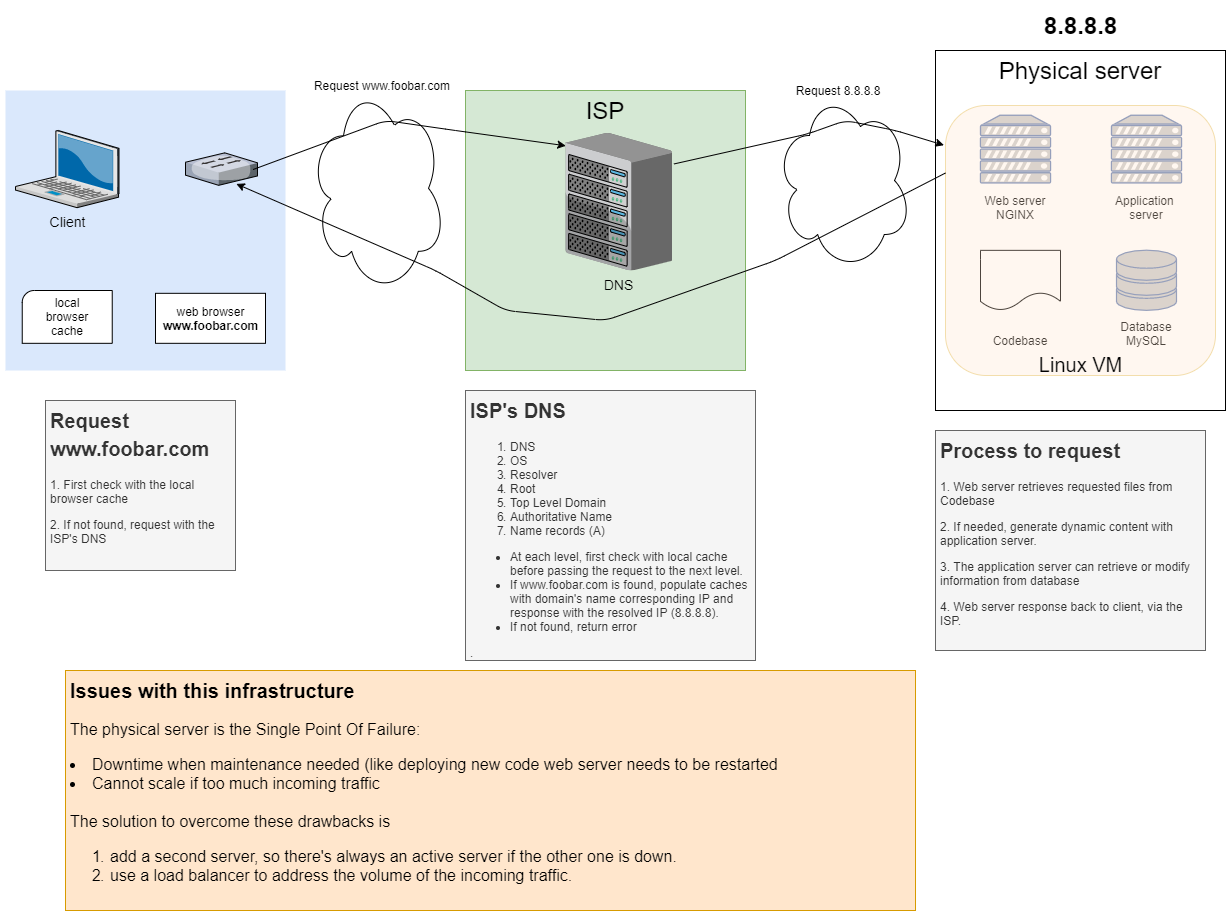
Above: 0x09-web_infrastructure_design/images/0-simple_web_stack.png in huy75/holberton-system_engineering-devops (draw.io), before the change. Source tidied: cells renumbered, new cells last; positions are measured from the earlier drawing's top-left corner, leaving out a move shared by most shapes.
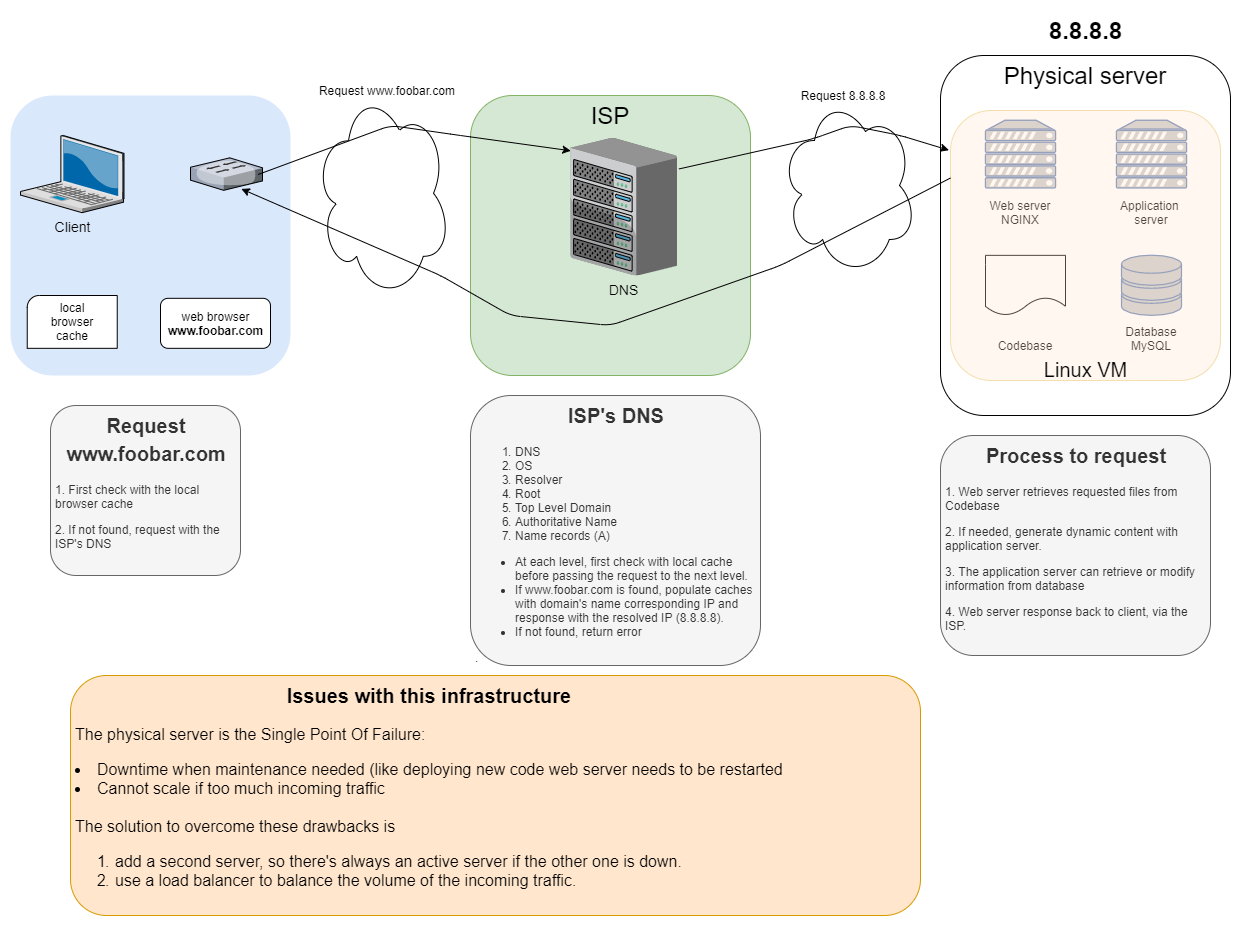
The same diagram one commit later.

What changed in the source:
```diff
@@ -2,7 +2,7 @@
   <root>
     <mxCell id="0" />
     <mxCell id="1" parent="0" />
-    <mxCell id="2" style="whiteSpace=wrap;html=1;fillColor=#dae8fc;fontSize=14;strokeColor=none;verticalAlign=top;" parent="1" vertex="1">
+    <mxCell id="2" style="whiteSpace=wrap;html=1;fillColor=#dae8fc;fontSize=14;strokeColor=none;verticalAlign=top;rounded=1;" parent="1" vertex="1">
       <mxGeometry y="85" width="280" height="280" as="geometry" />
     </mxCell>
     <mxCell id="3" value="Client" style="verticalLabelPosition=bottom;html=1;verticalAlign=top;strokeColor=none;shape=mxgraph.citrix.laptop_2;fillColor=#66B2FF;gradientColor=#0066CC;fontSize=14;" parent="1" vertex="1">
@@ -14,7 +14,7 @@
     <mxCell id="5" value="local browser cache" style="text;html=1;strokeColor=none;fillColor=none;align=center;verticalAlign=middle;whiteSpace=wrap;rounded=0;" parent="1" vertex="1">
       <mxGeometry x="26.7" y="286.4" width="70" height="50" as="geometry" />
     </mxCell>
-    <mxCell id="6" value="web browser&lt;br&gt;&lt;b&gt;www.foobar.com&lt;/b&gt;" style="html=1;" parent="1" vertex="1">
+    <mxCell id="6" value="web browser&lt;br&gt;&lt;b&gt;www.foobar.com&lt;/b&gt;" style="html=1;rounded=1;" parent="1" vertex="1">
       <mxGeometry x="150" y="287.8" width="110" height="50" as="geometry" />
     </mxCell>
     <mxCell id="7" style="verticalLabelPosition=bottom;html=1;verticalAlign=top;strokeColor=none;shape=mxgraph.citrix.switch;fillColor=#66B2FF;gradientColor=#0066CC;fontSize=14;" parent="1" vertex="1">
@@ -23,16 +23,16 @@
     <mxCell id="8" style="ellipse;shape=cloud;whiteSpace=wrap;html=1;" parent="1" vertex="1">
       <mxGeometry x="304" y="77.8" width="136" height="210" as="geometry" />
     </mxCell>
-    <mxCell id="9" value="&lt;font style=&quot;font-size: 24px&quot;&gt;ISP&lt;/font&gt;" style="whiteSpace=wrap;html=1;fillColor=#d5e8d4;fontSize=14;strokeColor=#82b366;verticalAlign=top;" parent="1" vertex="1">
+    <mxCell id="9" value="&lt;font style=&quot;font-size: 24px&quot;&gt;ISP&lt;/font&gt;" style="whiteSpace=wrap;html=1;fillColor=#d5e8d4;fontSize=14;strokeColor=#82b366;verticalAlign=top;rounded=1;" parent="1" vertex="1">
       <mxGeometry x="460" y="85" width="280" height="280" as="geometry" />
     </mxCell>
     <mxCell id="10" value="DNS" style="verticalLabelPosition=bottom;html=1;verticalAlign=top;strokeColor=none;shape=mxgraph.citrix.chassis;fillColor=#66B2FF;gradientColor=#0066CC;fontSize=14;" parent="1" vertex="1">
       <mxGeometry x="560" y="127.4" width="106.6" height="137.7" as="geometry" />
     </mxCell>
-    <mxCell id="11" value="&lt;h1&gt;&lt;font style=&quot;font-size: 20px&quot;&gt;Request www.foobar.com&lt;/font&gt;&lt;/h1&gt;&lt;p&gt;1. First check with the local browser cache&lt;/p&gt;&lt;p&gt;2. If not found, request with the ISP's DNS&lt;/p&gt;" style="text;html=1;strokeColor=#666666;fillColor=#f5f5f5;spacing=5;spacingTop=-20;whiteSpace=wrap;overflow=hidden;rounded=0;fontColor=#333333;" parent="1" vertex="1">
+    <mxCell id="11" value="&lt;h1 style=&quot;text-align: center&quot;&gt;&lt;font style=&quot;font-size: 20px&quot;&gt;Request www.foobar.com&lt;/font&gt;&lt;/h1&gt;&lt;p&gt;1. First check with the local browser cache&lt;/p&gt;&lt;p&gt;2. If not found, request with the ISP's DNS&lt;/p&gt;" style="text;html=1;strokeColor=#666666;fillColor=#f5f5f5;spacing=5;spacingTop=-20;whiteSpace=wrap;overflow=hidden;rounded=1;fontColor=#333333;" parent="1" vertex="1">
       <mxGeometry x="40" y="395" width="190" height="170" as="geometry" />
     </mxCell>
-    <mxCell id="12" value="&lt;h1&gt;&lt;font style=&quot;font-size: 20px&quot;&gt;ISP's DNS&lt;/font&gt;&lt;/h1&gt;&lt;ol&gt;&lt;li&gt;DNS&lt;/li&gt;&lt;li&gt;OS&lt;/li&gt;&lt;li&gt;Resolver&lt;/li&gt;&lt;li&gt;Root&lt;/li&gt;&lt;li&gt;Top Level Domain&lt;/li&gt;&lt;li&gt;Authoritative Name&lt;/li&gt;&lt;li&gt;Name records (A)&lt;/li&gt;&lt;/ol&gt;&lt;div&gt;&lt;ul&gt;&lt;li&gt;At each level, first check with local cache before passing the request to the next level.&lt;/li&gt;&lt;li&gt;If www.foobar.com is found, populate caches with domain's name corresponding IP and response with the resolved IP (8.8.8.8).&lt;/li&gt;&lt;li&gt;If not found, return error&lt;/li&gt;&lt;/ul&gt;&lt;/div&gt;&lt;p&gt;.&lt;/p&gt;" style="text;html=1;strokeColor=#666666;fillColor=#f5f5f5;spacing=5;spacingTop=-20;whiteSpace=wrap;overflow=hidden;rounded=0;fontColor=#333333;" parent="1" vertex="1">
+    <mxCell id="12" value="&lt;h1 style=&quot;text-align: center&quot;&gt;&lt;font style=&quot;font-size: 20px&quot;&gt;ISP's DNS&lt;/font&gt;&lt;/h1&gt;&lt;ol&gt;&lt;li&gt;DNS&lt;/li&gt;&lt;li&gt;OS&lt;/li&gt;&lt;li&gt;Resolver&lt;/li&gt;&lt;li&gt;Root&lt;/li&gt;&lt;li&gt;Top Level Domain&lt;/li&gt;&lt;li&gt;Authoritative Name&lt;/li&gt;&lt;li&gt;Name records (A)&lt;/li&gt;&lt;/ol&gt;&lt;div&gt;&lt;ul&gt;&lt;li&gt;At each level, first check with local cache before passing the request to the next level.&lt;/li&gt;&lt;li&gt;If www.foobar.com is found, populate caches with domain's name corresponding IP and response with the resolved IP (8.8.8.8).&lt;/li&gt;&lt;li&gt;If not found, return error&lt;/li&gt;&lt;/ul&gt;&lt;/div&gt;&lt;p&gt;.&lt;/p&gt;" style="text;html=1;strokeColor=#666666;fillColor=#f5f5f5;spacing=5;spacingTop=-20;whiteSpace=wrap;overflow=hidden;rounded=1;fontColor=#333333;" parent="1" vertex="1">
       <mxGeometry x="460" y="385" width="290" height="270" as="geometry" />
     </mxCell>
     <mxCell id="13" style="endArrow=classic;html=1;exitX=0.939;exitY=0.513;exitDx=0;exitDy=0;exitPerimeter=0;entryX=0.003;entryY=0.094;entryDx=0;entryDy=0;entryPerimeter=0;" parent="1" edge="1" source="7" target="10">
@@ -46,7 +46,7 @@
     <mxCell id="14" value="Request www.foobar.com" style="text;html=1;strokeColor=none;fillColor=none;align=center;verticalAlign=middle;whiteSpace=wrap;rounded=0;" parent="1" vertex="1">
       <mxGeometry x="304" y="65" width="146" height="30" as="geometry" />
     </mxCell>
-    <mxCell id="15" value="&lt;font style=&quot;font-size: 24px&quot;&gt;Physical server&lt;/font&gt;" style="whiteSpace=wrap;html=1;fontSize=14;verticalAlign=top;" parent="1" vertex="1">
+    <mxCell id="15" value="&lt;font style=&quot;font-size: 24px&quot;&gt;Physical server&lt;/font&gt;" style="whiteSpace=wrap;html=1;fontSize=14;verticalAlign=top;rounded=1;" parent="1" vertex="1">
       <mxGeometry x="930" y="45" width="290" height="360" as="geometry" />
     </mxCell>
     <mxCell id="16" style="ellipse;shape=cloud;whiteSpace=wrap;html=1;" parent="1" vertex="1">
@@ -97,7 +97,7 @@
     <mxCell id="29" value="Request 8.8.8.8" style="text;html=1;strokeColor=none;fillColor=none;align=center;verticalAlign=middle;whiteSpace=wrap;rounded=0;" parent="1" vertex="1">
       <mxGeometry x="760" y="70" width="146" height="30" as="geometry" />
     </mxCell>
-    <mxCell id="30" value="&lt;h1&gt;&lt;font style=&quot;font-size: 20px&quot;&gt;Process to request&lt;/font&gt;&lt;/h1&gt;&lt;p&gt;1. Web server retrieves requested files from Codebase&lt;/p&gt;&lt;p&gt;2. If needed, generate dynamic content with application server.&lt;/p&gt;&lt;p&gt;3. The application server can retrieve or modify information from database&lt;/p&gt;&lt;p&gt;4. Web server response back to client, via the ISP.&lt;/p&gt;" style="text;html=1;strokeColor=#666666;fillColor=#f5f5f5;spacing=5;spacingTop=-20;whiteSpace=wrap;overflow=hidden;rounded=0;fontColor=#333333;" parent="1" vertex="1">
+    <mxCell id="30" value="&lt;h1 style=&quot;text-align: center&quot;&gt;&lt;font style=&quot;font-size: 20px&quot;&gt;Process to request&lt;/font&gt;&lt;/h1&gt;&lt;p&gt;1. Web server retrieves requested files from Codebase&lt;/p&gt;&lt;p&gt;2. If needed, generate dynamic content with application server.&lt;/p&gt;&lt;p&gt;3. The application server can retrieve or modify information from database&lt;/p&gt;&lt;p&gt;4. Web server response back to client, via the ISP.&lt;/p&gt;" style="text;html=1;strokeColor=#666666;fillColor=#f5f5f5;spacing=5;spacingTop=-20;whiteSpace=wrap;overflow=hidden;rounded=1;fontColor=#333333;" parent="1" vertex="1">
       <mxGeometry x="930" y="425" width="270" height="220" as="geometry" />
     </mxCell>
     <mxCell id="31" style="endArrow=classic;html=1;exitX=0;exitY=0.25;exitDx=0;exitDy=0;entryX=0.706;entryY=0.956;entryDx=0;entryDy=0;entryPerimeter=0;" parent="1" edge="1" source="25" target="7">
@@ -110,7 +110,7 @@
         </Array>
       </mxGeometry>
     </mxCell>
-    <mxCell id="32" value="&lt;h1&gt;&lt;font style=&quot;font-size: 20px&quot;&gt;Issues with this infrastructure&lt;/font&gt;&lt;/h1&gt;&lt;p style=&quot;font-size: 16px&quot;&gt;&lt;span&gt;The physical server is the Single Point Of Failure:&lt;/span&gt;&lt;br&gt;&lt;/p&gt;&lt;li style=&quot;box-sizing: border-box ; font-size: 16px&quot;&gt;&lt;font style=&quot;font-size: 16px&quot;&gt;Downtime when maintenance needed (like deploying new code web server needs to be restarted&lt;/font&gt;&lt;/li&gt;&lt;li style=&quot;box-sizing: border-box ; font-size: 16px&quot;&gt;&lt;font style=&quot;font-size: 16px&quot;&gt;Cannot scale if too much incoming traffic&lt;/font&gt;&lt;/li&gt;&lt;span style=&quot;font-size: 16px&quot;&gt;&lt;br&gt;The solution to overcome these drawbacks is&lt;br&gt;&lt;ol&gt;&lt;li&gt;&lt;span style=&quot;font-size: 16px&quot;&gt;add a second server, so there's always an active server if the other one is down.&lt;/span&gt;&lt;/li&gt;&lt;li&gt;&lt;span style=&quot;font-size: 16px&quot;&gt;use a load balancer to address the volume of the incoming traffic.&lt;/span&gt;&lt;/li&gt;&lt;/ol&gt;&lt;br&gt;&lt;/span&gt;" style="text;html=1;strokeColor=#d79b00;fillColor=#ffe6cc;spacing=5;spacingTop=-20;whiteSpace=wrap;overflow=hidden;rounded=0;" parent="1" vertex="1">
+    <mxCell id="32" value="&lt;h1 style=&quot;text-align: center&quot;&gt;&lt;font style=&quot;font-size: 20px&quot;&gt;Issues with this infrastructure&lt;/font&gt;&lt;/h1&gt;&lt;p style=&quot;font-size: 16px&quot;&gt;&lt;span&gt;The physical server is the Single Point Of Failure:&lt;/span&gt;&lt;br&gt;&lt;/p&gt;&lt;li style=&quot;box-sizing: border-box ; font-size: 16px&quot;&gt;&lt;font style=&quot;font-size: 16px&quot;&gt;Downtime when maintenance needed (like deploying new code web server needs to be restarted&lt;/font&gt;&lt;/li&gt;&lt;li style=&quot;box-sizing: border-box ; font-size: 16px&quot;&gt;&lt;font style=&quot;font-size: 16px&quot;&gt;Cannot scale if too much incoming traffic&lt;/font&gt;&lt;/li&gt;&lt;span style=&quot;font-size: 16px&quot;&gt;&lt;br&gt;The solution to overcome these drawbacks is&lt;br&gt;&lt;ol&gt;&lt;li&gt;&lt;span style=&quot;font-size: 16px&quot;&gt;add a second server, so there's always an active server if the other one is down.&lt;/span&gt;&lt;/li&gt;&lt;li&gt;&lt;span style=&quot;font-size: 16px&quot;&gt;use a load balancer to balance the volume of the incoming traffic.&lt;/span&gt;&lt;/li&gt;&lt;/ol&gt;&lt;br&gt;&lt;/span&gt;" style="text;html=1;strokeColor=#d79b00;fillColor=#ffe6cc;spacing=5;spacingTop=-20;whiteSpace=wrap;overflow=hidden;rounded=1;" parent="1" vertex="1">
       <mxGeometry x="60" y="665" width="850" height="240" as="geometry" />
     </mxCell>
   </root>
```
